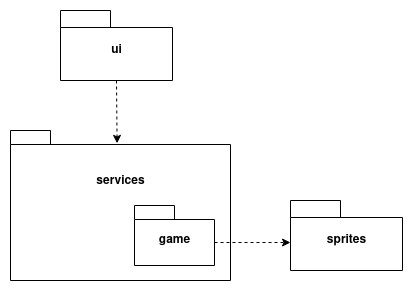
This is dokumentaatio/kuvatiedostot/rakennekaavio.png from realtalin/ot-harjoitustyo, a draw.io export, as it was before one commit. Source tidied: cells renumbered, new cells last; positions are measured from the earlier drawing's top-left corner, leaving out a move shared by most shapes.
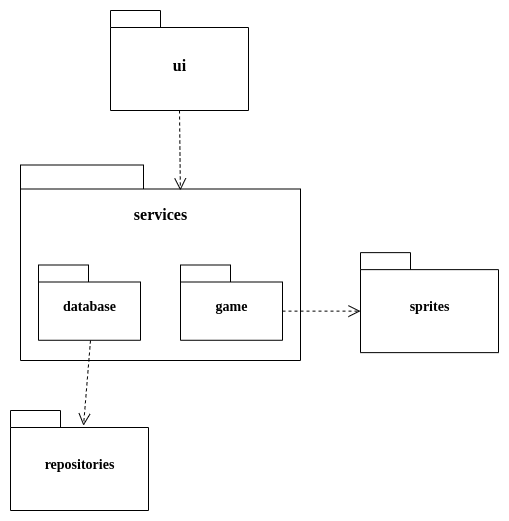
Later version of the same file.

The edit, as a diff of the source:
```diff
@@ -2,27 +2,37 @@
   <root>
     <mxCell id="0" />
     <mxCell id="1" parent="0" />
+    <mxCell id="8" style="group;" parent="1" vertex="1">
+      <mxGeometry x="-500" y="-85.5" width="280" height="195.5" as="geometry" />
+    </mxCell>
+    <mxCell id="5" value="&lt;p style=&quot;line-height: 120%; font-size: 16px;&quot;&gt;&lt;font style=&quot;font-size: 16px;&quot;&gt;services&lt;/font&gt;&lt;/p&gt;&lt;p style=&quot;line-height: 120%; font-size: 16px;&quot;&gt;&lt;font style=&quot;font-size: 16px;&quot;&gt;&lt;br&gt;&lt;/font&gt;&lt;/p&gt;&lt;p style=&quot;line-height: 120%; font-size: 16px;&quot;&gt;&lt;font style=&quot;font-size: 16px;&quot;&gt;&lt;br&gt;&lt;/font&gt;&lt;/p&gt;&lt;p style=&quot;line-height: 120%; font-size: 16px;&quot;&gt;&lt;br&gt;&lt;/p&gt;" style="shape=folder;fontStyle=1;spacingTop=10;tabWidth=123;tabHeight=24;tabPosition=left;html=1;rounded=0;shadow=0;comic=0;labelBackgroundColor=none;strokeWidth=1;fontFamily=Verdana;fontSize=10;align=center;" parent="8" vertex="1">
+      <mxGeometry width="280" height="195.5" as="geometry" />
+    </mxCell>
+    <mxCell id="9" value="&lt;font style=&quot;font-size: 14px;&quot;&gt;database&lt;/font&gt;" style="shape=folder;fontStyle=1;spacingTop=10;tabWidth=50;tabHeight=17;tabPosition=left;html=1;rounded=0;shadow=0;comic=0;labelBackgroundColor=none;strokeWidth=1;fontFamily=Verdana;fontSize=10;align=center;" parent="8" vertex="1">
+      <mxGeometry x="18" y="100" width="102" height="75.3" as="geometry" />
+    </mxCell>
+    <mxCell id="6" value="&lt;font style=&quot;font-size: 14px;&quot;&gt;game&lt;/font&gt;" style="shape=folder;fontStyle=1;spacingTop=10;tabWidth=50;tabHeight=17;tabPosition=left;html=1;rounded=0;shadow=0;comic=0;labelBackgroundColor=none;strokeWidth=1;fontFamily=Verdana;fontSize=10;align=center;" parent="8" vertex="1">
+      <mxGeometry x="160" y="100" width="102" height="75.3" as="geometry" />
+    </mxCell>
+    <mxCell id="10" style="rounded=0;html=1;dashed=1;labelBackgroundColor=none;startFill=0;endArrow=open;endFill=0;endSize=10;fontFamily=Verdana;fontSize=10;exitX=0;exitY=0;exitDx=102;exitDy=46.135;exitPerimeter=0;entryX=0;entryY=0;entryDx=0;entryDy=58.5;entryPerimeter=0;" parent="1" edge="1" source="6" target="3">
+      <mxGeometry relative="1" as="geometry" />
+    </mxCell>
-    <mxCell id="2" value="&lt;font style=&quot;font-size: 12px;&quot; face=&quot;Helvetica&quot;&gt;ui&lt;/font&gt;" style="shape=folder;fontStyle=1;spacingTop=10;tabWidth=50;tabHeight=17;tabPosition=left;html=1;rounded=0;shadow=0;comic=0;labelBackgroundColor=none;strokeColor=#000000;strokeWidth=1;fillColor=#ffffff;fontFamily=Verdana;fontSize=10;fontColor=#000000;align=center;" parent="1" vertex="1">
-      <mxGeometry x="50" width="112" height="70" as="geometry" />
+    <mxCell id="2" value="&lt;font style=&quot;font-size: 16px;&quot;&gt;ui&lt;/font&gt;" style="shape=folder;fontStyle=1;spacingTop=10;tabWidth=50;tabHeight=17;tabPosition=left;html=1;rounded=0;shadow=0;comic=0;labelBackgroundColor=none;strokeColor=#000000;strokeWidth=1;fillColor=#ffffff;fontFamily=Verdana;fontSize=10;fontColor=#000000;align=center;" parent="1" vertex="1">
+      <mxGeometry x="-410" y="-240" width="138" height="100" as="geometry" />
     </mxCell>
+    <mxCell id="11" style="rounded=0;html=1;entryX=0.571;entryY=0.13;entryPerimeter=0;dashed=1;labelBackgroundColor=none;startFill=0;endArrow=open;endFill=0;endSize=10;fontFamily=Verdana;fontSize=10;entryDx=0;entryDy=0;exitX=0.5;exitY=1;exitDx=0;exitDy=0;exitPerimeter=0;" parent="1" edge="1" source="2" target="5">
+      <mxGeometry relative="1" as="geometry" />
+    </mxCell>
+    <mxCell id="12" style="rounded=0;html=1;dashed=1;labelBackgroundColor=none;startFill=0;endArrow=open;endFill=0;endSize=10;fontFamily=Verdana;fontSize=10;entryX=0.529;entryY=0.152;entryDx=0;entryDy=0;entryPerimeter=0;" parent="1" edge="1" target="13">
+      <mxGeometry relative="1" as="geometry">
+        <mxPoint x="-430" y="90" as="sourcePoint" />
+      </mxGeometry>
+    </mxCell>
+    <mxCell id="13" value="&lt;font style=&quot;font-size: 14px;&quot;&gt;repositories&lt;/font&gt;" style="shape=folder;fontStyle=1;spacingTop=10;tabWidth=50;tabHeight=17;tabPosition=left;html=1;rounded=0;shadow=0;comic=0;labelBackgroundColor=none;strokeColor=#000000;strokeWidth=1;fillColor=#ffffff;fontFamily=Verdana;fontSize=10;fontColor=#000000;align=center;" parent="1" vertex="1">
+      <mxGeometry x="-510" y="160" width="138" height="100" as="geometry" />
+    </mxCell>
-    <mxCell id="3" value="&lt;font style=&quot;font-size: 12px;&quot; face=&quot;Helvetica&quot;&gt;sprites&lt;/font&gt;" style="shape=folder;fontStyle=1;spacingTop=10;tabWidth=50;tabHeight=17;tabPosition=left;html=1;rounded=0;shadow=0;comic=0;labelBackgroundColor=none;strokeColor=#000000;strokeWidth=1;fillColor=#ffffff;fontFamily=Verdana;fontSize=10;fontColor=#000000;align=center;" parent="1" vertex="1">
-      <mxGeometry x="280" y="190" width="112" height="70" as="geometry" />
+    <mxCell id="3" value="&lt;font style=&quot;font-size: 14px;&quot;&gt;sprites&lt;/font&gt;" style="shape=folder;fontStyle=1;spacingTop=10;tabWidth=50;tabHeight=17;tabPosition=left;html=1;rounded=0;shadow=0;comic=0;labelBackgroundColor=none;strokeColor=#000000;strokeWidth=1;fillColor=#ffffff;fontFamily=Verdana;fontSize=10;fontColor=#000000;align=center;" parent="1" vertex="1">
+      <mxGeometry x="-160" y="2.1" width="138" height="100" as="geometry" />
     </mxCell>
-    <mxCell id="4" style="endArrow=classic;html=1;rounded=0;dashed=1;exitX=0.5;exitY=1;exitDx=0;exitDy=0;exitPerimeter=0;entryX=0.533;entryY=0.099;entryDx=0;entryDy=0;entryPerimeter=0;" parent="1" edge="1" source="2">
-      <mxGeometry relative="1" as="geometry">
-        <mxPoint x="106.6" y="132.9" as="targetPoint" />
-      </mxGeometry>
-    </mxCell>
-    <mxCell id="5" value="&lt;div&gt;services&lt;/div&gt;&lt;div&gt;&lt;br&gt;&lt;/div&gt;&lt;div&gt;&lt;br&gt;&lt;/div&gt;&lt;div&gt;&lt;br&gt;&lt;/div&gt;&lt;div&gt;&lt;br&gt;&lt;/div&gt;" style="shape=folder;fontStyle=1;spacingTop=10;tabWidth=40;tabHeight=14;tabPosition=left;html=1;" parent="1" vertex="1">
-      <mxGeometry y="120" width="220" height="150" as="geometry" />
-    </mxCell>
-    <mxCell id="6" value="game" style="shape=folder;fontStyle=1;spacingTop=10;tabWidth=40;tabHeight=14;tabPosition=left;html=1;" parent="1" vertex="1">
-      <mxGeometry x="124" y="195" width="80" height="60" as="geometry" />
-    </mxCell>
-    <mxCell id="7" style="endArrow=classic;html=1;rounded=0;dashed=1;exitX=0;exitY=0;exitDx=80;exitDy=37;exitPerimeter=0;" parent="1" edge="1" source="6">
-      <mxGeometry relative="1" as="geometry">
-        <mxPoint x="280" y="232" as="targetPoint" />
-      </mxGeometry>
-    </mxCell>
   </root>
 </mxGraphModel>
```
